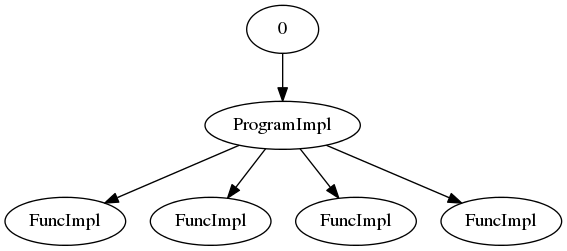
Earlier version of the Graphviz export ast/testProgram.png (drewtaylors/cs160). Its source is kept beside it as ast/testProgram.dot.
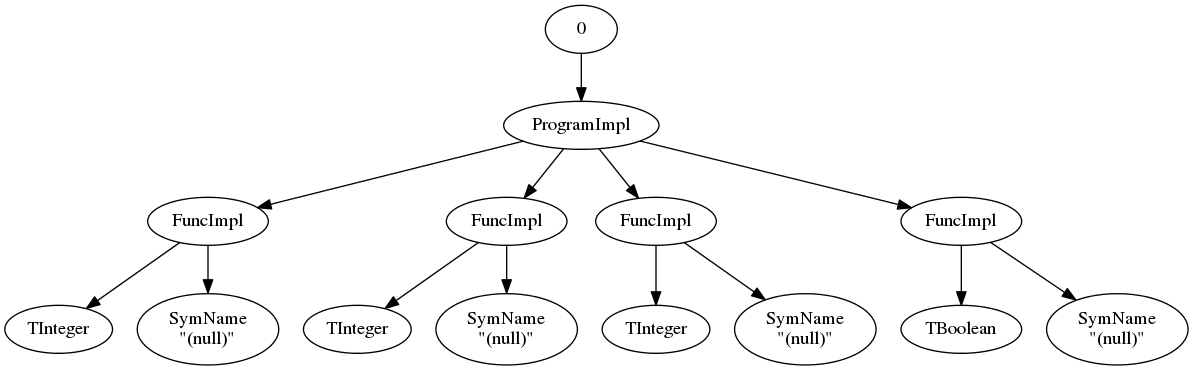
After the commit.

Change to the diagram source:
```diff
@@ -3,10 +3,26 @@
 "1" [label="ProgramImpl"]
 "1" -> "2"
 "2" [label="FuncImpl"]
-"1" -> "3"
-"3" [label="FuncImpl"]
-"1" -> "4"
-"4" [label="FuncImpl"]
+"2" -> "3"
+"3" [label="TInteger"]
+"2" -> "4"
+"4" [label="SymName\n\"(null)\""]
 "1" -> "5"
 "5" [label="FuncImpl"]
+"5" -> "6"
+"6" [label="TInteger"]
+"5" -> "7"
+"7" [label="SymName\n\"(null)\""]
+"1" -> "8"
+"8" [label="FuncImpl"]
+"8" -> "9"
+"9" [label="TInteger"]
+"8" -> "10"
+"10" [label="SymName\n\"(null)\""]
+"1" -> "11"
+"11" [label="FuncImpl"]
+"11" -> "12"
+"12" [label="TBoolean"]
+"11" -> "13"
+"13" [label="SymName\n\"(null)\""]
 };
```
